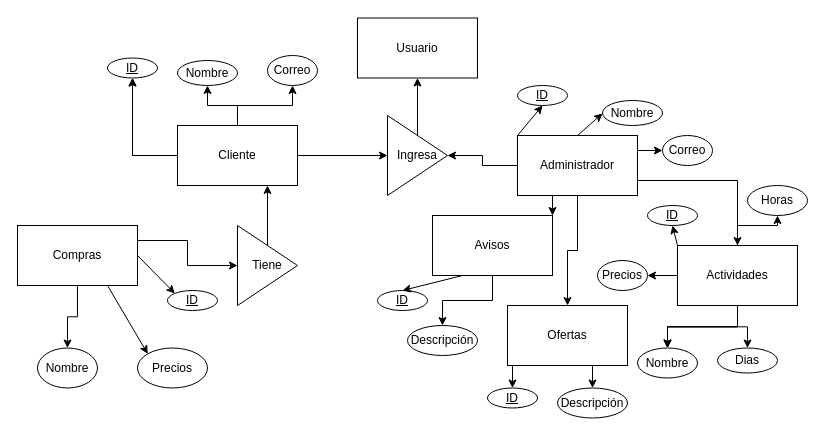
Earlier version of the draw.io diagram Diagrama_relacional.drawio (HuBaMarin/projDespliegue). Source tidied: cells renumbered, new cells numbered last; positions are measured from the earlier drawing's top-left corner, leaving out a move shared by most shapes. Both pictures are drawn from the tidied source at 100%, with x=0, y=0 at pixel (17, 17).
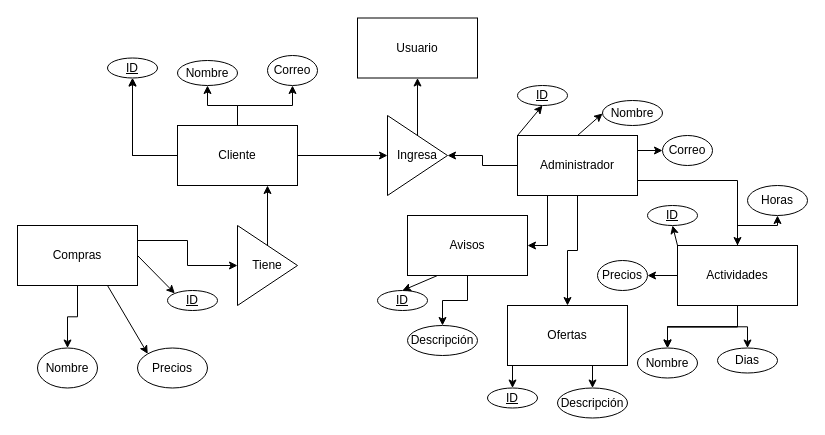
After the change.

Unchanged cells that the change refers to:
```xml
<mxCell id="13" value="Administrador" style="rounded=0;whiteSpace=wrap;html=1;" parent="1" vertex="1">
  <mxGeometry x="500" y="118" width="120" height="60" as="geometry" />
</mxCell>
```

Diff of the diagram source:
```diff
@@
-    <mxCell id="10" style="edgeStyle=orthogonalEdgeStyle;rounded=0;jettySize=auto;html=1;exitX=0.25;exitY=1;exitDx=0;exitDy=0;entryX=1;entryY=0;entryDx=0;entryDy=0;" parent="1" edge="1" source="13" target="15">
+    <mxCell id="10" style="edgeStyle=orthogonalEdgeStyle;rounded=0;jettySize=auto;html=1;exitX=0.25;exitY=1;exitDx=0;exitDy=0;entryX=1;entryY=0.5;entryDx=0;entryDy=0;" parent="1" edge="1" source="13" target="15">
       <mxGeometry relative="1" as="geometry" />
     </mxCell>
@@
     <mxCell id="15" value="Avisos" style="rounded=0;whiteSpace=wrap;html=1;" parent="1" vertex="1">
-      <mxGeometry x="415" y="198" width="120" height="60" as="geometry" />
+      <mxGeometry x="390" y="198" width="120" height="60" as="geometry" />
     </mxCell>
```
